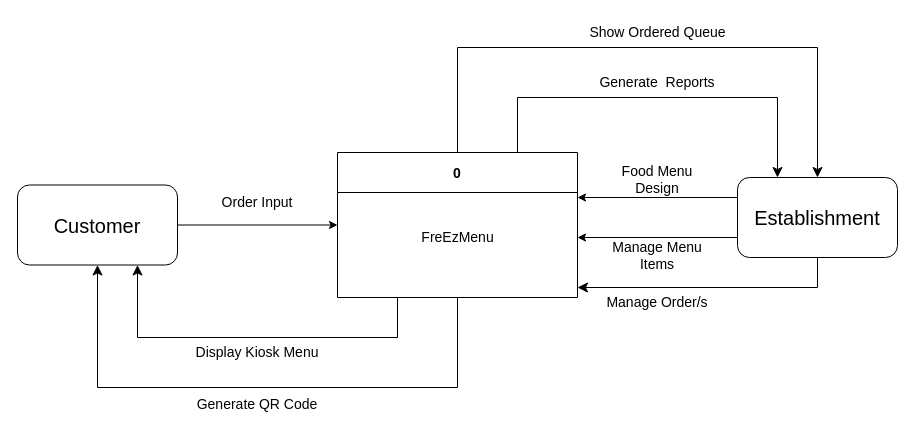
Before: DOCS/Diagrams/Context Flow Diagram.drawio in alexxGmZ/MenuMaApp, a draw.io diagram. Source tidied: cells renumbered, new cells numbered last; positions are measured from the earlier drawing's top-left corner, leaving out a move shared by most shapes. Both pictures are drawn from the tidied source at 100%, with x=0, y=0 at pixel (17, 17).
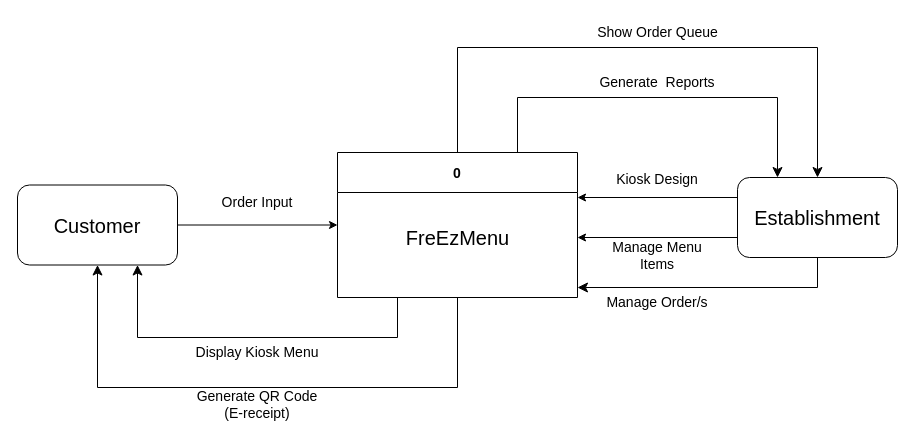
After the change.

Commit message (it also covers changes not shown here):
diagram: update cfd, dfd, trad-erd, agile

The edit, as a diff of the source:
```diff
@@
-    <mxCell id="8" value="FreEzMenu" style="text;html=1;align=center;verticalAlign=middle;strokeColor=none;fillColor=none;fontSize=14;" parent="1" vertex="1">
-      <mxGeometry x="390" y="205" width="100" height="30" as="geometry" />
+    <mxCell id="8" value="&lt;font style=&quot;font-size: 20px;&quot;&gt;FreEzMenu&lt;/font&gt;" style="text;html=1;align=center;verticalAlign=middle;strokeColor=none;fillColor=none;fontSize=14;" parent="1" vertex="1">
+      <mxGeometry x="375" y="200" width="130" height="40" as="geometry" />
     </mxCell>
-    <mxCell id="9" value="Food Menu Design" style="text;html=1;strokeColor=none;fillColor=none;align=center;verticalAlign=middle;whiteSpace=wrap;rounded=0;fontSize=14;" parent="1" vertex="1">
+    <mxCell id="9" value="Kiosk Design" style="text;html=1;strokeColor=none;fillColor=none;align=center;verticalAlign=middle;whiteSpace=wrap;rounded=0;fontSize=14;" parent="1" vertex="1">
       <mxGeometry x="590" y="147" width="100" height="30" as="geometry" />
     </mxCell>
@@
-    <mxCell id="12" value="Show Ordered Queue" style="text;html=1;strokeColor=none;fillColor=none;align=center;verticalAlign=middle;whiteSpace=wrap;rounded=0;fontSize=14;" parent="1" vertex="1">
+    <mxCell id="12" value="Show Order Queue" style="text;html=1;strokeColor=none;fillColor=none;align=center;verticalAlign=middle;whiteSpace=wrap;rounded=0;fontSize=14;" parent="1" vertex="1">
       <mxGeometry x="567.5" width="145" height="30" as="geometry" />
     </mxCell>
@@
-    <mxCell id="19" value="Generate QR Code" style="text;html=1;strokeColor=none;fillColor=none;align=center;verticalAlign=middle;whiteSpace=wrap;rounded=0;fontSize=14;" parent="1" vertex="1">
+    <mxCell id="19" value="Generate QR Code&lt;br&gt;(E-receipt)" style="text;html=1;strokeColor=none;fillColor=none;align=center;verticalAlign=middle;whiteSpace=wrap;rounded=0;fontSize=14;" parent="1" vertex="1">
       <mxGeometry x="175" y="372" width="130" height="30" as="geometry" />
     </mxCell>
```
